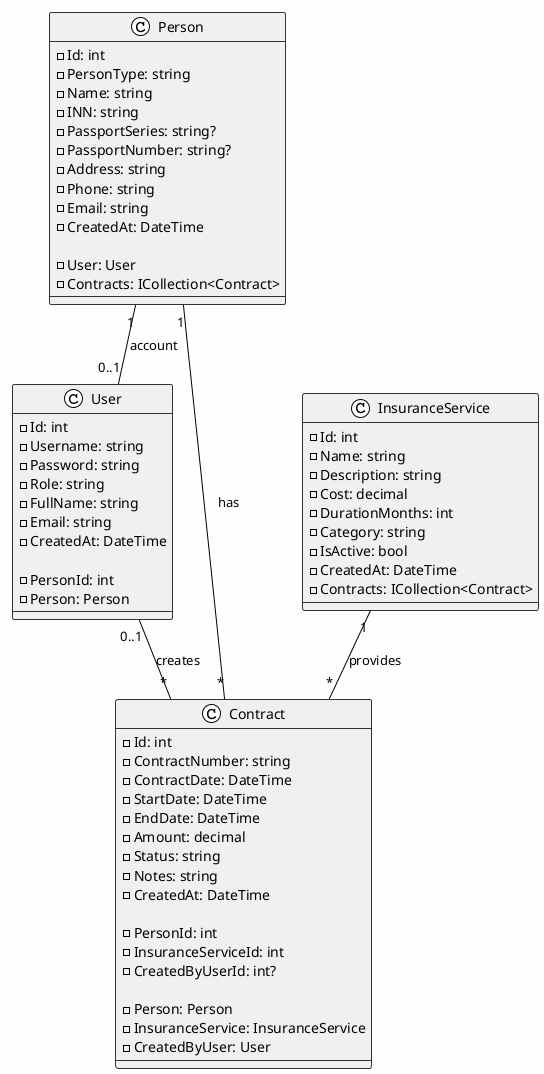
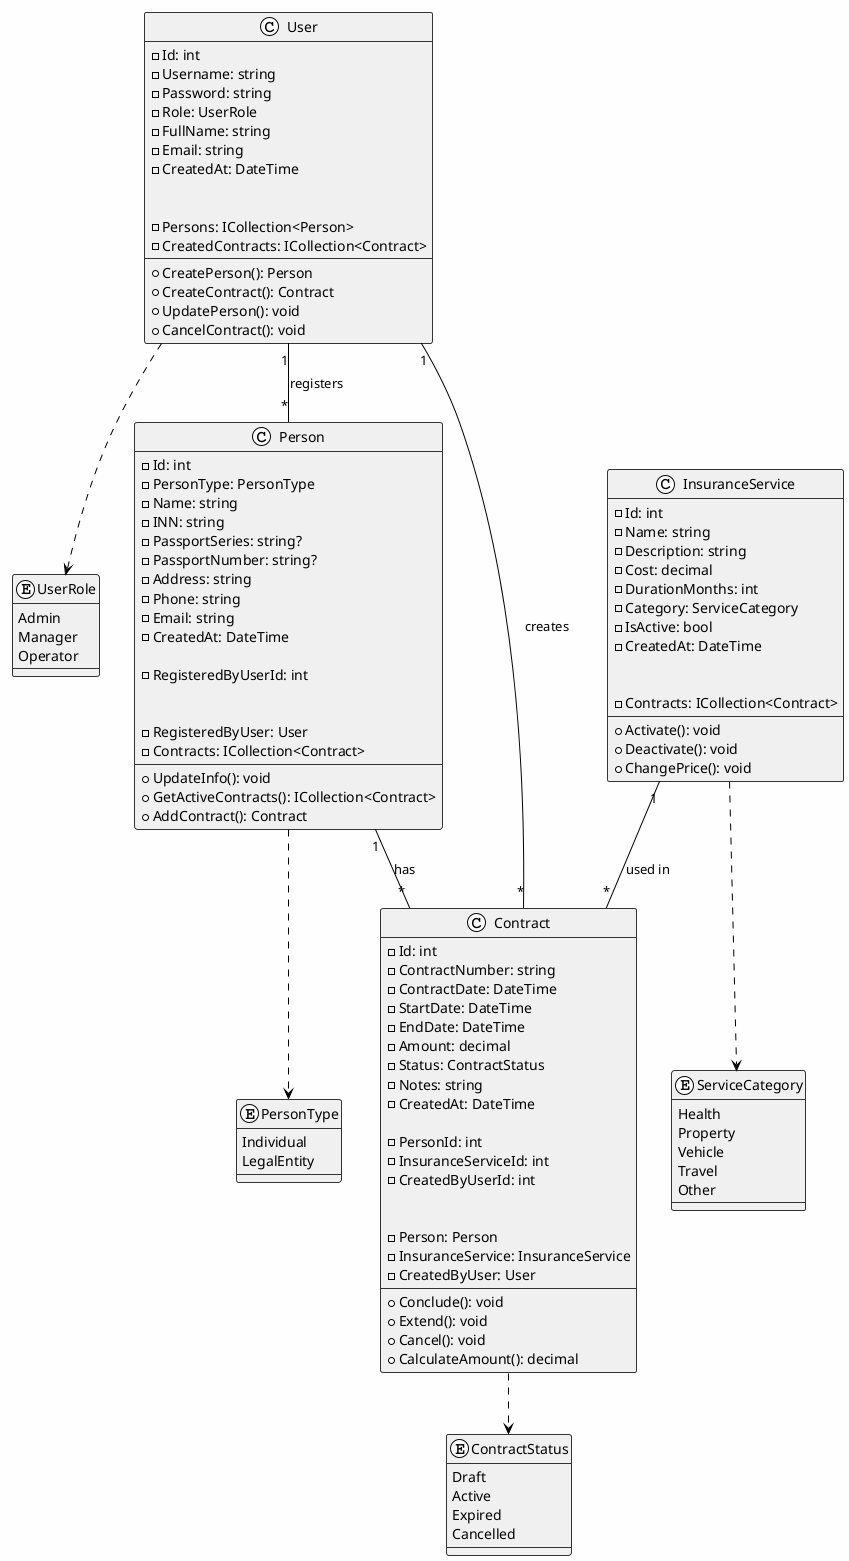
@startuml Orbis_ClassDiagram
+ 
!theme plain
skinparam backgroundColor #FEFEFE
skinparam classBackgroundColor #F0F0F0
skinparam classBorderColor #333333

+ enum UserRole {
+     Admin
+     Manager
+     Operator
+ }
+ 
+ enum PersonType {
+     Individual
+     LegalEntity
+ }
+ 
+ enum ContractStatus {
+     Draft
+     Active
+     Expired
+     Cancelled
+ }
+ 
+ enum ServiceCategory {
+     Health
+     Property
+     Vehicle
+     Travel
+     Other
+ }
+ 
class User {
    - Id: int
    - Username: string
    - Password: string
-     - Role: string
+     - Role: UserRole
    - FullName: string
    - Email: string
    - CreatedAt: DateTime

-     - PersonId: int
-     - Person: Person
+     + CreatePerson(): Person
+     + CreateContract(): Contract
+     + UpdatePerson(): void
+     + CancelContract(): void
+ 
+     - Persons: ICollection<Person>
+     - CreatedContracts: ICollection<Contract>
}

class Person {
    - Id: int
-     - PersonType: string
+     - PersonType: PersonType
    - Name: string
    - INN: string
    - PassportSeries: string?
    - PassportNumber: string?
    - Address: string
    - Phone: string
    - Email: string
    - CreatedAt: DateTime

-     - User: User
+     - RegisteredByUserId: int
+ 
+     + UpdateInfo(): void
+     + GetActiveContracts(): ICollection<Contract>
+     + AddContract(): Contract
+ 
+     - RegisteredByUser: User
    - Contracts: ICollection<Contract>
}

class InsuranceService {
    - Id: int
    - Name: string
    - Description: string
    - Cost: decimal
    - DurationMonths: int
-     - Category: string
+     - Category: ServiceCategory
    - IsActive: bool
    - CreatedAt: DateTime
+ 
+     + Activate(): void
+     + Deactivate(): void
+     + ChangePrice(): void
+ 
    - Contracts: ICollection<Contract>
}

class Contract {
    - Id: int
    - ContractNumber: string
    - ContractDate: DateTime
    - StartDate: DateTime
    - EndDate: DateTime
    - Amount: decimal
-     - Status: string
+     - Status: ContractStatus
    - Notes: string
    - CreatedAt: DateTime

    - PersonId: int
    - InsuranceServiceId: int
-     - CreatedByUserId: int?
+     - CreatedByUserId: int
+ 
+     + Conclude(): void
+     + Extend(): void
+     + Cancel(): void
+     + CalculateAmount(): decimal

    - Person: Person
    - InsuranceService: InsuranceService
    - CreatedByUser: User
}

+ User "1" -- "*" Person : registers
Person "1" -- "*" Contract : has
- InsuranceService "1" -- "*" Contract : provides
- User "0..1" -- "*" Contract : creates
+ InsuranceService "1" -- "*" Contract : used in
+ User "1" -- "*" Contract : creates

- Person "1" -- "0..1" User : account
+ User ..> UserRole
+ Person ..> PersonType
+ Contract ..> ContractStatus
+ InsuranceService ..> ServiceCategory

@enduml
